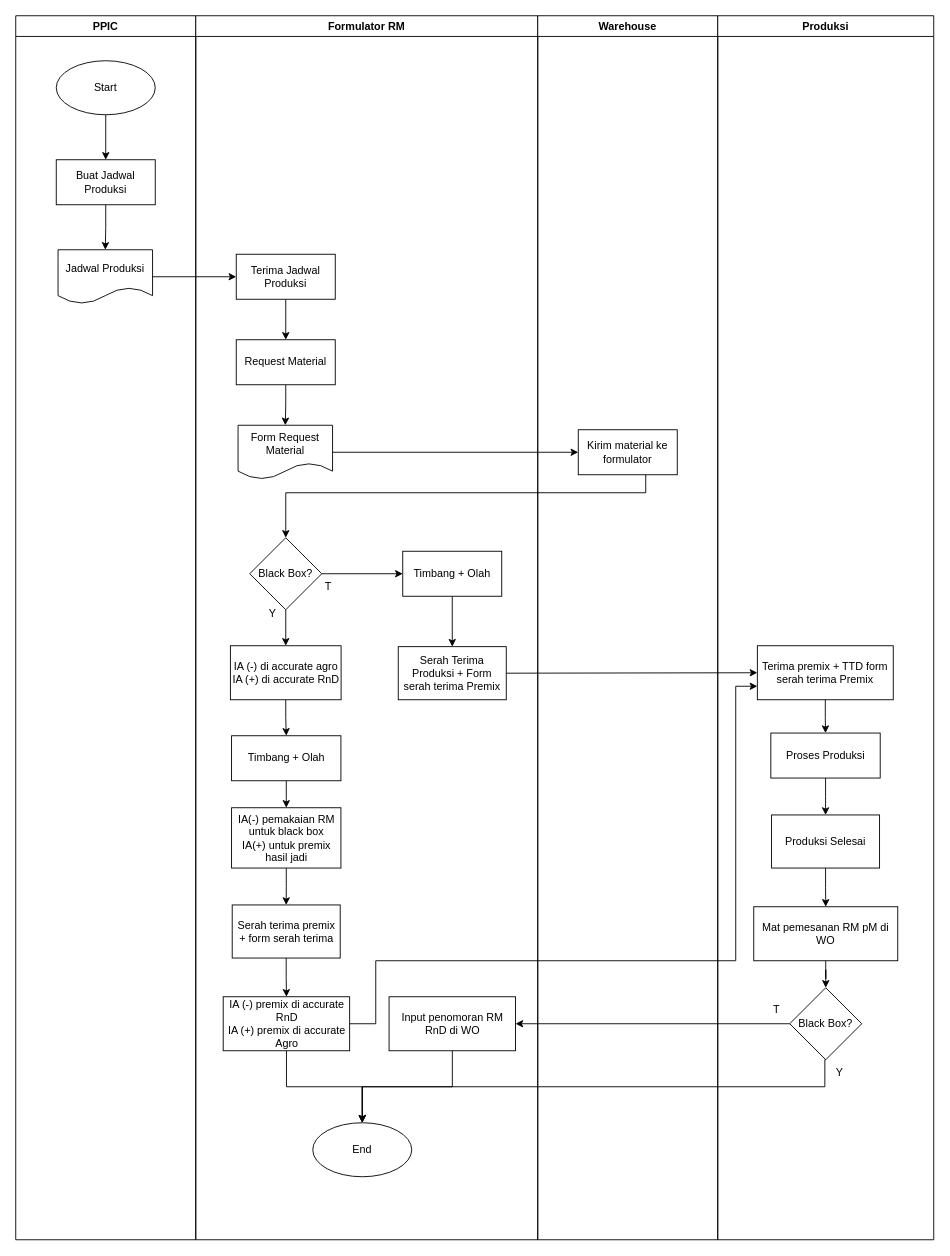
wilhelmus098/pf keeps this draw.io diagram as page "SOP R&D - Prepare Formula / Black Box" (18 of 28) of SOP Agro.drawio. Above is the earlier version. Source tidied: cells renumbered, new cells numbered last; positions are measured from the earlier drawing's top-left corner, leaving out a move shared by most shapes. Both pictures are drawn from the tidied source at 90%, with x=0, y=0 at pixel (15, 15).
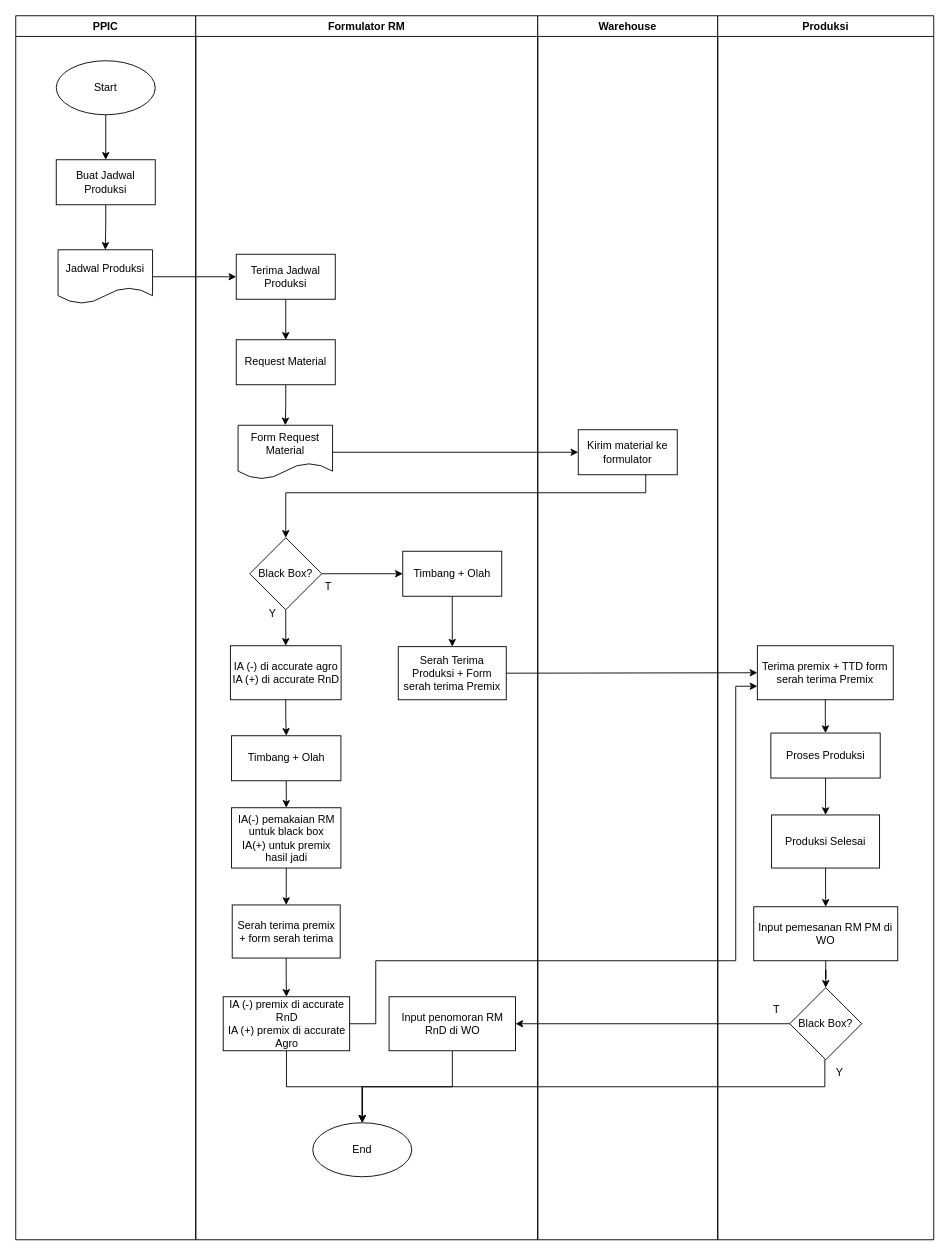
Above is the later version.

Unchanged cells that the change refers to:
```xml
<mxCell id="37" value="Produksi" style="swimlane;whiteSpace=wrap;html=1;" parent="1" vertex="1">
  <mxGeometry x="780" width="240" height="1360" as="geometry" />
</mxCell>
```

What changed in the source:
```diff
@@
-    <mxCell id="43" value="Mat pemesanan RM pM di WO" style="rounded=0;whiteSpace=wrap;html=1;" parent="37" vertex="1">
+    <mxCell id="43" value="Input pemesanan RM PM di WO" style="rounded=0;whiteSpace=wrap;html=1;" parent="37" vertex="1">
       <mxGeometry x="40" y="990" width="160" height="60" as="geometry" />
     </mxCell>
```
